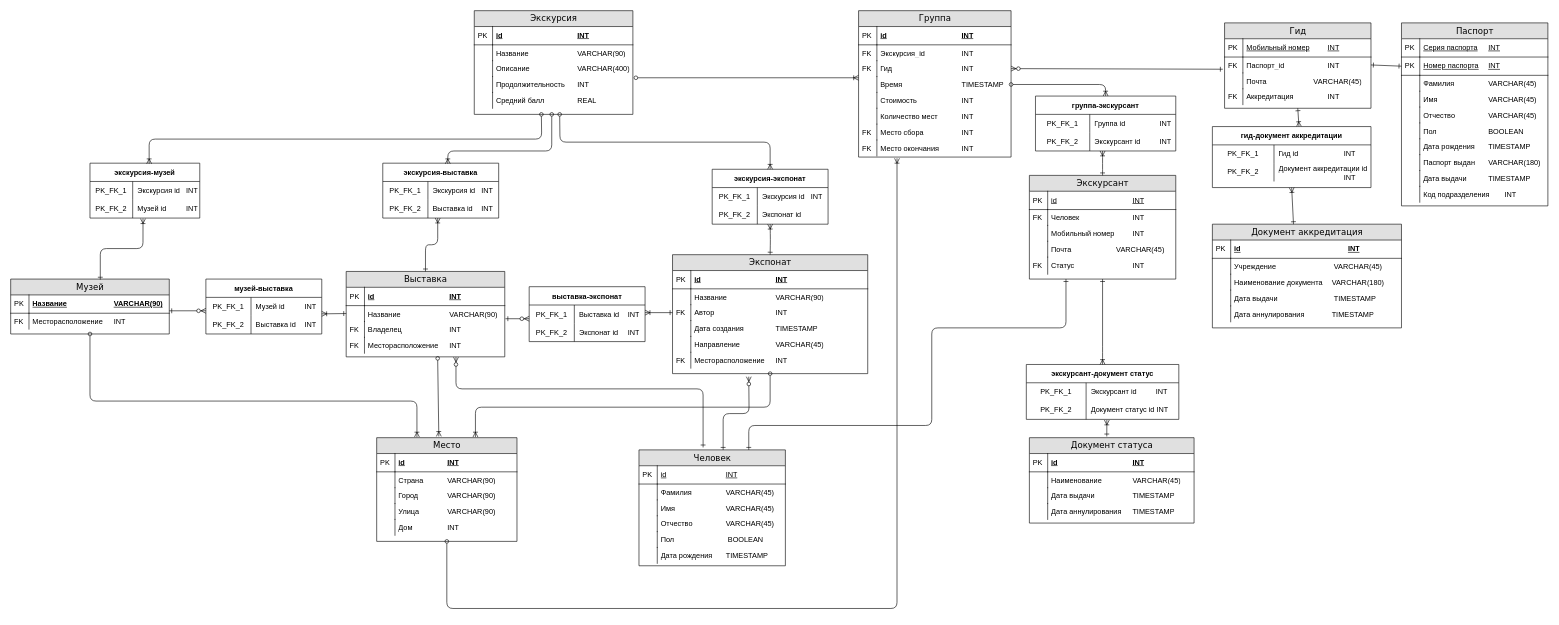
DeltaHeavyVIP/Itmo_Course_3 keeps this draw.io diagram as Семестр 5/ИСБД/Курсач/DAT-K2.drawio. Above is the earlier version. Source tidied: cells renumbered, new cells numbered last; positions are measured from the earlier drawing's top-left corner, leaving out a move shared by most shapes. Both pictures are drawn from the tidied source at 61%, with x=0, y=0 at pixel (10, 10).
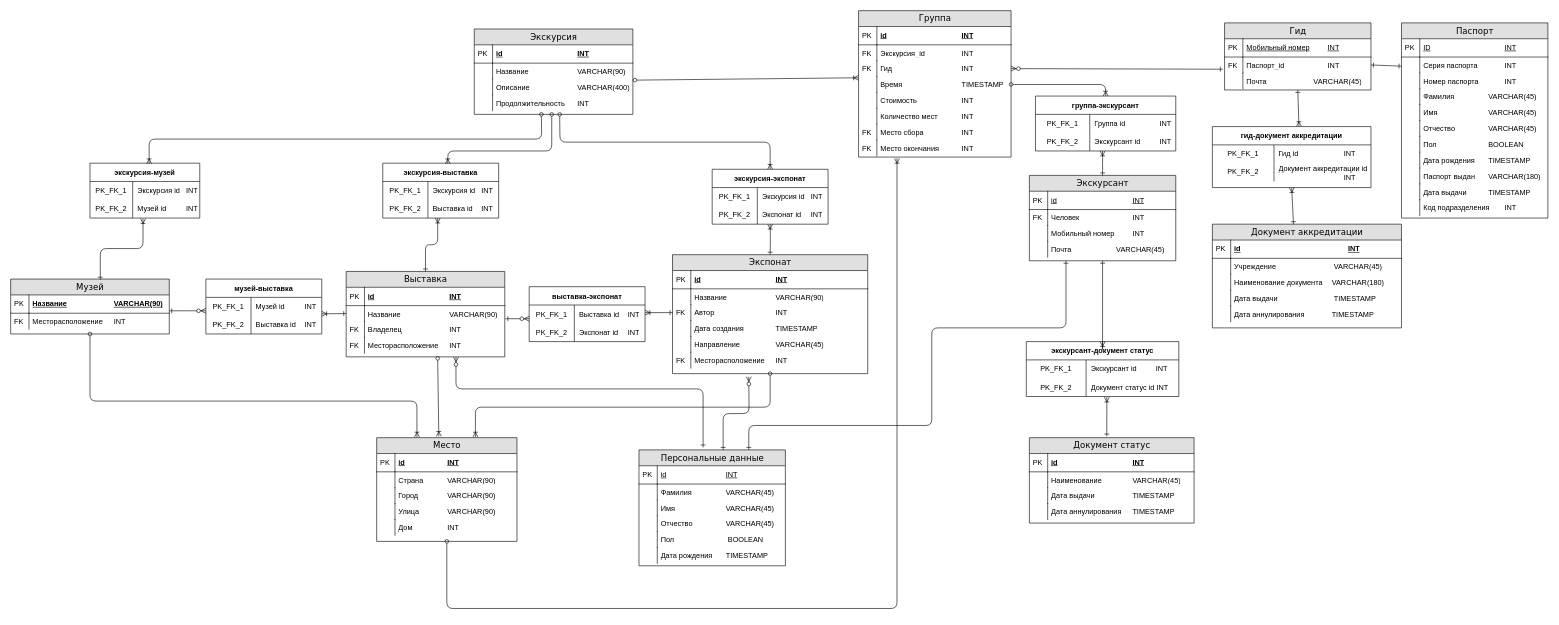
The same page after the edit.

Unchanged cells that the change refers to:
```xml
<mxCell id="7" value="Описание&lt;span style=&quot;white-space: pre&quot;&gt;&#9;&lt;/span&gt;&lt;span style=&quot;white-space: pre&quot;&gt;&#9;&lt;/span&gt;&lt;span style=&quot;white-space: pre&quot;&gt;&#9;&lt;/span&gt;VARCHAR(400)" style="shape=partialRectangle;top=0;left=0;right=0;bottom=0;html=1;align=left;verticalAlign=top;fillColor=none;spacingLeft=34;spacingRight=4;whiteSpace=wrap;overflow=hidden;points=[[0,0.5],[1,0.5]];portConstraint=eastwest;" parent="2" vertex="1">
  <mxGeometry y="82" width="260" height="26" as="geometry" />
</mxCell>
<mxCell id="9" value="Продолжительность&lt;span style=&quot;white-space: pre&quot;&gt;&#9;&lt;/span&gt;INT" style="shape=partialRectangle;top=0;left=0;right=0;bottom=0;html=1;align=left;verticalAlign=top;fillColor=none;spacingLeft=34;spacingRight=4;whiteSpace=wrap;overflow=hidden;points=[[0,0.5],[1,0.5]];portConstraint=eastwest;" parent="2" vertex="1">
  <mxGeometry y="108" width="260" height="26" as="geometry" />
</mxCell>
<mxCell id="20" value="Время&lt;span style=&quot;white-space: pre&quot;&gt;&#9;&lt;/span&gt;&lt;span style=&quot;white-space: pre&quot;&gt;&#9;&lt;/span&gt;&lt;span style=&quot;white-space: pre&quot;&gt;&#9;&lt;/span&gt;&lt;span style=&quot;white-space: pre&quot;&gt;&#9;&lt;/span&gt;TIMESTAMP" style="shape=partialRectangle;top=0;left=0;right=0;bottom=0;html=1;align=left;verticalAlign=top;fillColor=none;spacingLeft=34;spacingRight=4;whiteSpace=wrap;overflow=hidden;points=[[0,0.5],[1,0.5]];portConstraint=eastwest;" parent="13" vertex="1">
  <mxGeometry y="108" width="250" height="26" as="geometry" />
</mxCell>
<mxCell id="91" value="Паспорт_id&lt;span style=&quot;white-space: pre&quot;&gt;&#9;&lt;/span&gt;&lt;span style=&quot;white-space: pre&quot;&gt;&#9;&lt;/span&gt;&lt;span style=&quot;white-space: pre&quot;&gt;&#9;&lt;/span&gt;INT" style="shape=partialRectangle;top=0;left=0;right=0;bottom=0;html=1;align=left;verticalAlign=top;fillColor=none;spacingLeft=34;spacingRight=4;whiteSpace=wrap;overflow=hidden;points=[[0,0.5],[1,0.5]];portConstraint=eastwest;" parent="88" vertex="1">
  <mxGeometry y="56" width="240" height="26" as="geometry" />
</mxCell>
<mxCell id="174" style="shape=partialRectangle;html=1;whiteSpace=wrap;fillColor=none;top=0;left=0;bottom=0;right=0;" parent="170" vertex="1">
  <mxGeometry y="60" width="190" height="30" as="geometry" />
</mxCell>
```

What changed in the source:
```diff
@@
     <mxCell id="2" value="Экскурсия" style="swimlane;html=1;fontStyle=0;horizontal=1;startSize=26;fillColor=#e0e0e0;swimlaneFillColor=#ffffff;align=center;rounded=0;shadow=0;comic=0;labelBackgroundColor=none;strokeWidth=1;fontFamily=Verdana;fontSize=14;swimlaneLine=1;" parent="1" vertex="1">
-      <mxGeometry x="760" width="260" height="170" as="geometry" />
+      <mxGeometry x="760" y="30" width="260" height="140" as="geometry" />
     </mxCell>
@@
-    <mxCell id="11" value="Средний балл&lt;span style=&quot;white-space: pre&quot;&gt;&#9;&lt;/span&gt;&lt;span style=&quot;white-space: pre&quot;&gt;&#9;&lt;/span&gt;REAL" style="shape=partialRectangle;top=0;left=0;right=0;bottom=0;html=1;align=left;verticalAlign=top;fillColor=none;spacingLeft=34;spacingRight=4;whiteSpace=wrap;overflow=hidden;" parent="2" vertex="1">
-      <mxGeometry y="134" width="260" height="26" as="geometry" />
-    </mxCell>
-    <mxCell id="12" style="shape=partialRectangle;top=0;left=0;bottom=0;html=1;fillColor=none;align=left;verticalAlign=top;spacingLeft=4;spacingRight=4;whiteSpace=wrap;overflow=hidden;" parent="11" vertex="1">
-      <mxGeometry width="30" height="26" as="geometry" />
-    </mxCell>
@@
-    <mxCell id="57" value="Документ&amp;nbsp;аккредитация" style="swimlane;html=1;fontStyle=0;horizontal=1;startSize=26;fillColor=#e0e0e0;swimlaneFillColor=#ffffff;align=center;rounded=0;shadow=0;comic=0;labelBackgroundColor=none;strokeWidth=1;fontFamily=Verdana;fontSize=14;swimlaneLine=1;" parent="1" vertex="1">
+    <mxCell id="57" value="Документ&amp;nbsp;аккредитации" style="swimlane;html=1;fontStyle=0;horizontal=1;startSize=26;fillColor=#e0e0e0;swimlaneFillColor=#ffffff;align=center;rounded=0;shadow=0;comic=0;labelBackgroundColor=none;strokeWidth=1;fontFamily=Verdana;fontSize=14;swimlaneLine=1;" parent="1" vertex="1">
       <mxGeometry x="1970" y="350" width="310" height="170" as="geometry" />
     </mxCell>
@@
     <mxCell id="68" value="Экскурсант" style="swimlane;html=1;fontStyle=0;horizontal=1;startSize=26;fillColor=#e0e0e0;swimlaneFillColor=#ffffff;align=center;rounded=0;shadow=0;comic=0;labelBackgroundColor=none;strokeWidth=1;fontFamily=Verdana;fontSize=14;swimlaneLine=1;" parent="1" vertex="1">
-      <mxGeometry x="1670" y="270" width="240" height="170" as="geometry" />
+      <mxGeometry x="1670" y="270" width="240" height="140" as="geometry" />
     </mxCell>
@@
-    <mxCell id="77" value="Статус&lt;span style=&quot;white-space: pre&quot;&gt;&#9;&lt;/span&gt;&lt;span style=&quot;white-space: pre&quot;&gt;&#9;&lt;/span&gt;&lt;span style=&quot;white-space: pre&quot;&gt;&#9;&lt;/span&gt;&lt;span style=&quot;white-space: pre&quot;&gt;&#9;&lt;/span&gt;INT" style="shape=partialRectangle;top=0;left=0;right=0;bottom=0;html=1;align=left;verticalAlign=top;fillColor=none;spacingLeft=34;spacingRight=4;whiteSpace=wrap;overflow=hidden;" parent="68" vertex="1">
-      <mxGeometry y="134" width="240" height="28" as="geometry" />
-    </mxCell>
-    <mxCell id="78" value="FK" style="shape=partialRectangle;top=0;left=0;bottom=0;html=1;fillColor=none;align=left;verticalAlign=top;spacingLeft=4;spacingRight=4;whiteSpace=wrap;overflow=hidden;" parent="77" vertex="1">
-      <mxGeometry width="30" height="28" as="geometry" />
-    </mxCell>
-    <mxCell id="79" value="Документ статусa" style="swimlane;html=1;fontStyle=0;horizontal=1;startSize=26;fillColor=#e0e0e0;swimlaneFillColor=#ffffff;align=center;rounded=0;shadow=0;comic=0;labelBackgroundColor=none;strokeWidth=1;fontFamily=Verdana;fontSize=14;swimlaneLine=1;" parent="1" vertex="1">
+    <mxCell id="79" value="Документ статус" style="swimlane;html=1;fontStyle=0;horizontal=1;startSize=26;fillColor=#e0e0e0;swimlaneFillColor=#ffffff;align=center;rounded=0;shadow=0;comic=0;labelBackgroundColor=none;strokeWidth=1;fontFamily=Verdana;fontSize=14;swimlaneLine=1;" parent="1" vertex="1">
       <mxGeometry x="1670" y="700" width="270" height="140" as="geometry" />
     </mxCell>
@@
     <mxCell id="88" value="Гид" style="swimlane;html=1;fontStyle=0;horizontal=1;startSize=26;fillColor=#e0e0e0;swimlaneFillColor=#ffffff;align=center;rounded=0;shadow=0;comic=0;labelBackgroundColor=none;strokeWidth=1;fontFamily=Verdana;fontSize=14;swimlaneLine=1;" parent="1" vertex="1">
-      <mxGeometry x="1990" y="20" width="240" height="140" as="geometry" />
+      <mxGeometry x="1990" y="20" width="240" height="110" as="geometry" />
     </mxCell>
@@
-    <mxCell id="95" value="Аккредитация&lt;span style=&quot;white-space: pre&quot;&gt;&#9;&lt;/span&gt;&lt;span style=&quot;white-space: pre&quot;&gt;&#9;&lt;/span&gt;&amp;nbsp;&lt;span style=&quot;white-space: pre&quot;&gt;&#9;&lt;/span&gt;INT" style="shape=partialRectangle;top=0;left=0;right=0;bottom=0;html=1;align=left;verticalAlign=top;fillColor=none;spacingLeft=34;spacingRight=4;whiteSpace=wrap;overflow=hidden;" parent="88" vertex="1">
-      <mxGeometry y="108" width="240" height="26" as="geometry" />
-    </mxCell>
-    <mxCell id="96" value="FK" style="shape=partialRectangle;top=0;left=0;bottom=0;html=1;fillColor=none;align=left;verticalAlign=top;spacingLeft=4;spacingRight=4;whiteSpace=wrap;overflow=hidden;" parent="95" vertex="1">
-      <mxGeometry width="30" height="26" as="geometry" />
-    </mxCell>
-    <mxCell id="97" style="html=1;endArrow=oval;startArrow=ERoneToMany;labelBackgroundColor=none;fontFamily=Verdana;fontSize=14;exitX=0;exitY=0.077;exitDx=0;exitDy=0;startFill=0;endFill=0;exitPerimeter=0;entryX=1.019;entryY=0.077;entryDx=0;entryDy=0;entryPerimeter=0;" parent="1" edge="1" source="20" target="9">
+    <mxCell id="97" style="html=1;endArrow=oval;startArrow=ERoneToMany;labelBackgroundColor=none;fontFamily=Verdana;fontSize=14;exitX=0;exitY=0.077;exitDx=0;exitDy=0;startFill=0;endFill=0;exitPerimeter=0;entryX=1.013;entryY=0.072;entryDx=0;entryDy=0;entryPerimeter=0;" parent="1" edge="1" source="20" target="7">
       <mxGeometry relative="1" as="geometry" />
     </mxCell>
@@
     <mxCell id="112" value="Паспорт" style="swimlane;html=1;fontStyle=0;horizontal=1;startSize=26;fillColor=#e0e0e0;swimlaneFillColor=#ffffff;align=center;rounded=0;shadow=0;comic=0;labelBackgroundColor=none;strokeWidth=1;fontFamily=Verdana;fontSize=14;swimlaneLine=1;" parent="1" vertex="1">
-      <mxGeometry x="2280" y="20" width="240" height="300" as="geometry" />
+      <mxGeometry x="2280" y="20" width="240" height="320" as="geometry" />
     </mxCell>
-    <mxCell id="113" value="&lt;span style=&quot;font-weight: 400&quot;&gt;Серия паспорта&lt;span style=&quot;white-space: pre&quot;&gt;&#9;&lt;/span&gt;INT&lt;/span&gt;" style="shape=partialRectangle;top=0;left=0;right=0;bottom=1;html=1;align=left;verticalAlign=middle;fillColor=none;spacingLeft=34;spacingRight=4;whiteSpace=wrap;overflow=hidden;fontStyle=5;" parent="112" vertex="1">
+    <mxCell id="113" value="&lt;span style=&quot;font-weight: 400&quot;&gt;ID&lt;span style=&quot;white-space: pre&quot;&gt;&#9;&lt;/span&gt;&lt;span style=&quot;white-space: pre&quot;&gt;&#9;&lt;/span&gt;&lt;span style=&quot;white-space: pre&quot;&gt;&#9;&lt;/span&gt;&lt;span style=&quot;white-space: pre&quot;&gt;&#9;&lt;/span&gt;&lt;span style=&quot;white-space: pre&quot;&gt;&#9;&lt;/span&gt;INT&lt;/span&gt;" style="shape=partialRectangle;top=0;left=0;right=0;bottom=1;html=1;align=left;verticalAlign=middle;fillColor=none;spacingLeft=34;spacingRight=4;whiteSpace=wrap;overflow=hidden;fontStyle=5;" parent="112" vertex="1">
       <mxGeometry y="26" width="240" height="30" as="geometry" />
     </mxCell>
@@
+    <mxCell id="224" value="&lt;span&gt;Серия паспорта&lt;/span&gt;&lt;span&gt;&#9;&lt;span style=&quot;white-space: pre&quot;&gt;&#9;&lt;/span&gt;&lt;span style=&quot;white-space: pre&quot;&gt;&#9;&lt;/span&gt;&lt;/span&gt;&lt;span&gt;INT&lt;/span&gt;" style="shape=partialRectangle;top=0;left=0;right=0;bottom=0;html=1;align=left;verticalAlign=top;fillColor=none;spacingLeft=34;spacingRight=4;whiteSpace=wrap;overflow=hidden;" parent="112" vertex="1">
+      <mxGeometry y="56" width="240" height="26" as="geometry" />
+    </mxCell>
+    <mxCell id="225" style="shape=partialRectangle;top=0;left=0;bottom=0;html=1;fillColor=none;align=left;verticalAlign=top;spacingLeft=4;spacingRight=4;whiteSpace=wrap;overflow=hidden;" parent="224" vertex="1">
+      <mxGeometry width="30" height="26" as="geometry" />
+    </mxCell>
-    <mxCell id="115" value="&lt;span style=&quot;font-weight: 400&quot;&gt;Номер паспорта&lt;span style=&quot;white-space: pre&quot;&gt;&#9;&lt;/span&gt;INT&lt;/span&gt;" style="shape=partialRectangle;top=0;left=0;right=0;bottom=1;html=1;align=left;verticalAlign=middle;fillColor=none;spacingLeft=34;spacingRight=4;whiteSpace=wrap;overflow=hidden;points=[[0,0.5],[1,0.5]];portConstraint=eastwest;fontStyle=5;" parent="112" vertex="1">
-      <mxGeometry y="56" width="240" height="30" as="geometry" />
+    <mxCell id="115" value="&lt;span&gt;Номер паспорта&lt;/span&gt;&lt;span&gt;&#9;&lt;span style=&quot;white-space: pre&quot;&gt;&#9;&lt;/span&gt;&lt;span style=&quot;white-space: pre&quot;&gt;&#9;&lt;/span&gt;&lt;/span&gt;&lt;span&gt;INT&lt;/span&gt;" style="shape=partialRectangle;top=0;left=0;right=0;bottom=0;html=1;align=left;verticalAlign=top;fillColor=none;spacingLeft=34;spacingRight=4;whiteSpace=wrap;overflow=hidden;points=[[0,0.5],[1,0.5]];portConstraint=eastwest;" parent="112" vertex="1">
+      <mxGeometry y="82" width="240" height="26" as="geometry" />
     </mxCell>
-    <mxCell id="116" value="PK" style="shape=partialRectangle;top=0;left=0;bottom=0;html=1;fillColor=none;align=left;verticalAlign=middle;spacingLeft=4;spacingRight=4;whiteSpace=wrap;overflow=hidden;" parent="115" vertex="1">
-      <mxGeometry width="30" height="30" as="geometry" />
-    </mxCell>
+    <mxCell id="226" style="shape=partialRectangle;top=0;left=0;bottom=0;html=1;fillColor=none;align=left;verticalAlign=top;spacingLeft=4;spacingRight=4;whiteSpace=wrap;overflow=hidden;" parent="115" vertex="1">
+      <mxGeometry width="30" height="26" as="geometry" />
+    </mxCell>
     <mxCell id="117" value="Фамилия&lt;span style=&quot;white-space: pre&quot;&gt;&#9;&lt;/span&gt;&lt;span style=&quot;white-space: pre&quot;&gt;&#9;&lt;span style=&quot;white-space: pre&quot;&gt;&#9;&lt;/span&gt;&lt;/span&gt;VARCHAR(45)" style="shape=partialRectangle;top=0;left=0;right=0;bottom=0;html=1;align=left;verticalAlign=top;fillColor=none;spacingLeft=34;spacingRight=4;whiteSpace=wrap;overflow=hidden;" parent="112" vertex="1">
-      <mxGeometry y="86" width="240" height="26" as="geometry" />
+      <mxGeometry y="108" width="240" height="26" as="geometry" />
     </mxCell>
@@
     <mxCell id="119" value="Имя&lt;span style=&quot;white-space: pre&quot;&gt;&#9;&lt;/span&gt;&lt;span style=&quot;white-space: pre&quot;&gt;&#9;&lt;span style=&quot;white-space: pre&quot;&gt;&#9;&lt;span style=&quot;white-space: pre&quot;&gt;&#9;&lt;/span&gt;&lt;/span&gt;&lt;/span&gt;VARCHAR(45)" style="shape=partialRectangle;top=0;left=0;right=0;bottom=0;html=1;align=left;verticalAlign=top;fillColor=none;spacingLeft=34;spacingRight=4;whiteSpace=wrap;overflow=hidden;" parent="112" vertex="1">
-      <mxGeometry y="112" width="240" height="26" as="geometry" />
+      <mxGeometry y="134" width="240" height="26" as="geometry" />
     </mxCell>
@@
     <mxCell id="121" value="Отчество&lt;span style=&quot;white-space: pre&quot;&gt;&#9;&lt;span style=&quot;white-space: pre&quot;&gt;&#9;&lt;/span&gt;&lt;/span&gt;VARCHAR(45)" style="shape=partialRectangle;top=0;left=0;right=0;bottom=0;html=1;align=left;verticalAlign=top;fillColor=none;spacingLeft=34;spacingRight=4;whiteSpace=wrap;overflow=hidden;" parent="112" vertex="1">
-      <mxGeometry y="138" width="240" height="26" as="geometry" />
+      <mxGeometry y="160" width="240" height="26" as="geometry" />
     </mxCell>
@@
     <mxCell id="123" value="Пол&lt;span style=&quot;white-space: pre&quot;&gt;&#9;&lt;/span&gt;&lt;span style=&quot;white-space: pre&quot;&gt;&#9;&lt;span style=&quot;white-space: pre&quot;&gt;&#9;&lt;span style=&quot;white-space: pre&quot;&gt;&#9;&lt;/span&gt;&lt;/span&gt;&lt;/span&gt;BOOLEAN" style="shape=partialRectangle;top=0;left=0;right=0;bottom=0;html=1;align=left;verticalAlign=top;fillColor=none;spacingLeft=34;spacingRight=4;whiteSpace=wrap;overflow=hidden;" parent="112" vertex="1">
-      <mxGeometry y="164" width="240" height="26" as="geometry" />
+      <mxGeometry y="186" width="240" height="26" as="geometry" />
     </mxCell>
@@
     <mxCell id="125" value="Дата рождения&lt;span style=&quot;white-space: pre&quot;&gt;&#9;&lt;/span&gt;TIMESTAMP" style="shape=partialRectangle;top=0;left=0;right=0;bottom=0;html=1;align=left;verticalAlign=top;fillColor=none;spacingLeft=34;spacingRight=4;whiteSpace=wrap;overflow=hidden;" parent="112" vertex="1">
-      <mxGeometry y="190" width="240" height="26" as="geometry" />
+      <mxGeometry y="212" width="240" height="26" as="geometry" />
     </mxCell>
@@
     <mxCell id="127" value="&lt;span&gt;Паспорт выдан&lt;span style=&quot;white-space: pre&quot;&gt;&#9;&lt;/span&gt;&lt;/span&gt;VARCHAR(180)" style="shape=partialRectangle;top=0;left=0;right=0;bottom=0;html=1;align=left;verticalAlign=top;fillColor=none;spacingLeft=34;spacingRight=4;whiteSpace=wrap;overflow=hidden;" parent="112" vertex="1">
-      <mxGeometry y="216" width="240" height="26" as="geometry" />
+      <mxGeometry y="238" width="240" height="26" as="geometry" />
     </mxCell>
@@
     <mxCell id="129" value="Дата выдачи&lt;span style=&quot;white-space: pre&quot;&gt;&#9;&lt;/span&gt;&lt;span style=&quot;white-space: pre&quot;&gt;&#9;&lt;/span&gt;TIMESTAMP" style="shape=partialRectangle;top=0;left=0;right=0;bottom=0;html=1;align=left;verticalAlign=top;fillColor=none;spacingLeft=34;spacingRight=4;whiteSpace=wrap;overflow=hidden;" parent="112" vertex="1">
-      <mxGeometry y="242" width="240" height="26" as="geometry" />
+      <mxGeometry y="264" width="240" height="26" as="geometry" />
     </mxCell>
@@
     <mxCell id="131" value="Код подразделения&lt;span style=&quot;white-space: pre&quot;&gt;&#9;&lt;/span&gt;INT" style="shape=partialRectangle;top=0;left=0;right=0;bottom=0;html=1;align=left;verticalAlign=top;fillColor=none;spacingLeft=34;spacingRight=4;whiteSpace=wrap;overflow=hidden;" parent="112" vertex="1">
-      <mxGeometry y="268" width="240" height="26" as="geometry" />
+      <mxGeometry y="290" width="240" height="26" as="geometry" />
     </mxCell>
@@
-    <mxCell id="133" style="html=1;endArrow=ERone;startArrow=ERone;labelBackgroundColor=none;fontFamily=Verdana;fontSize=14;startFill=0;endFill=0;exitX=1;exitY=0.5;exitDx=0;exitDy=0;entryX=0;entryY=0.5;entryDx=0;entryDy=0;" parent="1" edge="1" source="91" target="115">
-      <mxGeometry relative="1" as="geometry" />
+    <mxCell id="133" style="html=1;endArrow=ERone;startArrow=ERone;labelBackgroundColor=none;fontFamily=Verdana;fontSize=14;startFill=0;endFill=0;exitX=1;exitY=0.5;exitDx=0;exitDy=0;entryX=0;entryY=0.5;entryDx=0;entryDy=0;" parent="1" edge="1" source="91">
+      <mxGeometry relative="1" as="geometry">
+        <mxPoint x="2280" y="91" as="targetPoint" />
+      </mxGeometry>
     </mxCell>
@@
     <mxCell id="149" value="экскурсант-документ статус" style="shape=table;startSize=30;childLayout=tableLayout;rowLines=0;fontStyle=1;align=center;" parent="1" vertex="1">
-      <mxGeometry x="1665" y="580" width="250" height="90" as="geometry" />
+      <mxGeometry x="1665" y="542.5" width="250" height="90" as="geometry" />
     </mxCell>
@@
-    <mxCell id="176" value="Экспонат id" style="shape=partialRectangle;html=1;whiteSpace=wrap;fillColor=none;top=0;left=0;bottom=0;right=0;align=left;spacingLeft=6;overflow=hidden;" parent="174" vertex="1">
+    <mxCell id="176" value="Экспонат id&lt;span style=&quot;white-space: pre&quot;&gt;&#9;&lt;/span&gt;INT" style="shape=partialRectangle;html=1;whiteSpace=wrap;fillColor=none;top=0;left=0;bottom=0;right=0;align=left;spacingLeft=6;overflow=hidden;" parent="174" vertex="1">
       <mxGeometry x="74" width="116" height="30" as="geometry" />
     </mxCell>
@@
-    <mxCell id="192" style="html=1;endArrow=ERoneToMany;startArrow=ERone;labelBackgroundColor=none;fontFamily=Verdana;fontSize=14;startFill=0;endFill=0;entryX=0.5;entryY=0;entryDx=0;entryDy=0;" parent="1" edge="1" target="149">
+    <mxCell id="192" style="html=1;endArrow=ERoneToMany;startArrow=ERone;labelBackgroundColor=none;fontFamily=Verdana;fontSize=14;startFill=0;endFill=0;entryX=0.5;entryY=0;entryDx=0;entryDy=0;exitX=0.5;exitY=1;exitDx=0;exitDy=0;" parent="1" edge="1" source="68" target="149">
       <mxGeometry relative="1" as="geometry">
-        <mxPoint x="1790" y="440" as="sourcePoint" />
         <Array as="points">
           <mxPoint x="1790" y="560" />
         </Array>
       </mxGeometry>
     </mxCell>
@@
-    <mxCell id="196" value="Человек" style="swimlane;html=1;fontStyle=0;horizontal=1;startSize=26;fillColor=#e0e0e0;swimlaneFillColor=#ffffff;align=center;rounded=0;shadow=0;comic=0;labelBackgroundColor=none;strokeWidth=1;fontFamily=Verdana;fontSize=14;swimlaneLine=1;" parent="1" vertex="1">
+    <mxCell id="196" value="Персональные данные" style="swimlane;html=1;fontStyle=0;horizontal=1;startSize=26;fillColor=#e0e0e0;swimlaneFillColor=#ffffff;align=center;rounded=0;shadow=0;comic=0;labelBackgroundColor=none;strokeWidth=1;fontFamily=Verdana;fontSize=14;swimlaneLine=1;" parent="1" vertex="1">
       <mxGeometry x="1030" y="720" width="240" height="190" as="geometry" />
     </mxCell>
```
